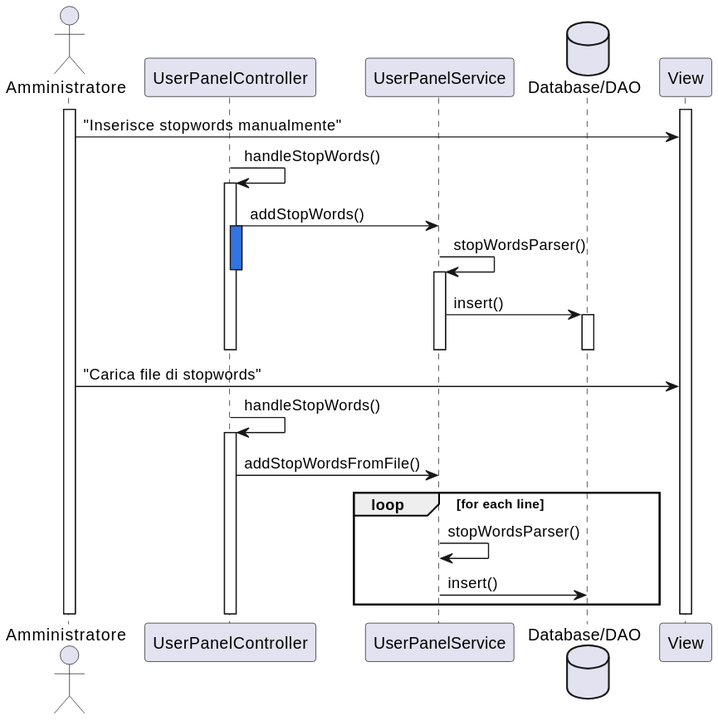
This is docs/UML/DiagrammiSequenza/svg/upload_stopWords-0.svg from Bg735/Wordageddon-Gruppo_16, a PlantUML export, as it was before one commit. Source of this version:
```plantuml
@startuml
actor Amministratore
participant UserPanelController
participant UserPanelService
database "Database/DAO" as DB
participant View

activate Amministratore
activate View
Amministratore -> View : "Inserisce stopwords manualmente"
UserPanelController -> UserPanelController : handleStopWords()
activate UserPanelController

UserPanelController -> UserPanelService :addStopWords()
activate UserPanelController #3375E0

UserPanelService -> UserPanelService : stopWordsParser()


deactivate UserPanelController
activate UserPanelService
UserPanelService -> DB : insert()

activate DB

deactivate UserPanelService
deactivate UserPanelController
deactivate DB
Amministratore -> View : "Carica file di stopwords"
UserPanelController -> UserPanelController : handleStopWords()
activate UserPanelController
UserPanelController -> UserPanelService : addStopWordsFromFile()
loop for each line
    UserPanelService -> UserPanelService : stopWordsParser()
    UserPanelService -> DB : insert()
end
@enduml
```
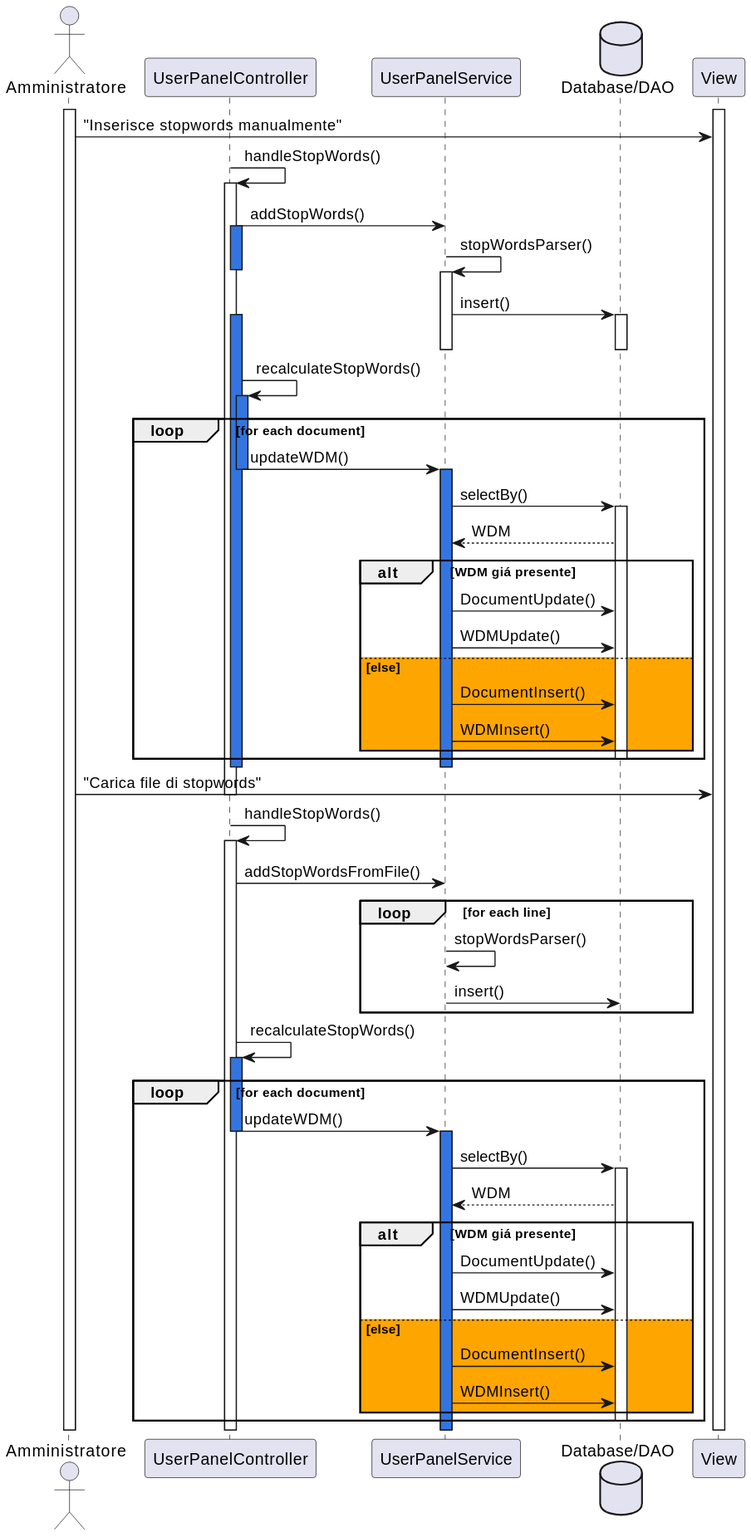
Later version of the same file.

What changed in the source:
```diff
@@ -20,13 +20,36 @@
 deactivate UserPanelController
 activate UserPanelService
 UserPanelService -> DB : insert()
-
 activate DB
+deactivate DB
 
 deactivate UserPanelService
+    activate UserPanelController #3375E0
+    UserPanelController -> UserPanelController : recalculateStopWords()
+    loop for each document
+    activate UserPanelController #3375E0
+    UserPanelController -> UserPanelService : updateWDM()
+    deactivate UserPanelController
+    activate UserPanelService #3375E0
+    UserPanelService -> DB : selectBy()
+    activate DB
+    DB --> UserPanelService : WDM
+
+    alt WDM giá presente
+    UserPanelService -> DB : DocumentUpdate()
+    UserPanelService -> DB : WDMUpdate()
+    else #orange else
+        UserPanelService -> DB : DocumentInsert()
+        UserPanelService -> DB : WDMInsert()
+    end
+    deactivate DB
+end
+deactivate DB
 deactivate UserPanelController
-deactivate DB
+deactivate UserPanelService
 Amministratore -> View : "Carica file di stopwords"
+deactivate UserPanelController
+
 UserPanelController -> UserPanelController : handleStopWords()
 activate UserPanelController
 UserPanelController -> UserPanelService : addStopWordsFromFile()
@@ -34,4 +57,24 @@
     UserPanelService -> UserPanelService : stopWordsParser()
     UserPanelService -> DB : insert()
 end
+    activate UserPanelController #3375E0
+    UserPanelController -> UserPanelController : recalculateStopWords()
+    loop for each document
+    activate UserPanelController #3375E0
+    UserPanelController -> UserPanelService : updateWDM()
+    deactivate UserPanelController
+    activate UserPanelService #3375E0
+    UserPanelService -> DB : selectBy()
+    activate DB
+    DB --> UserPanelService : WDM
+
+    alt WDM giá presente
+    UserPanelService -> DB : DocumentUpdate()
+    UserPanelService -> DB : WDMUpdate()
+    else #orange else
+        UserPanelService -> DB : DocumentInsert()
+        UserPanelService -> DB : WDMInsert()
+    end
+    deactivate DB
+end
 @enduml
```
